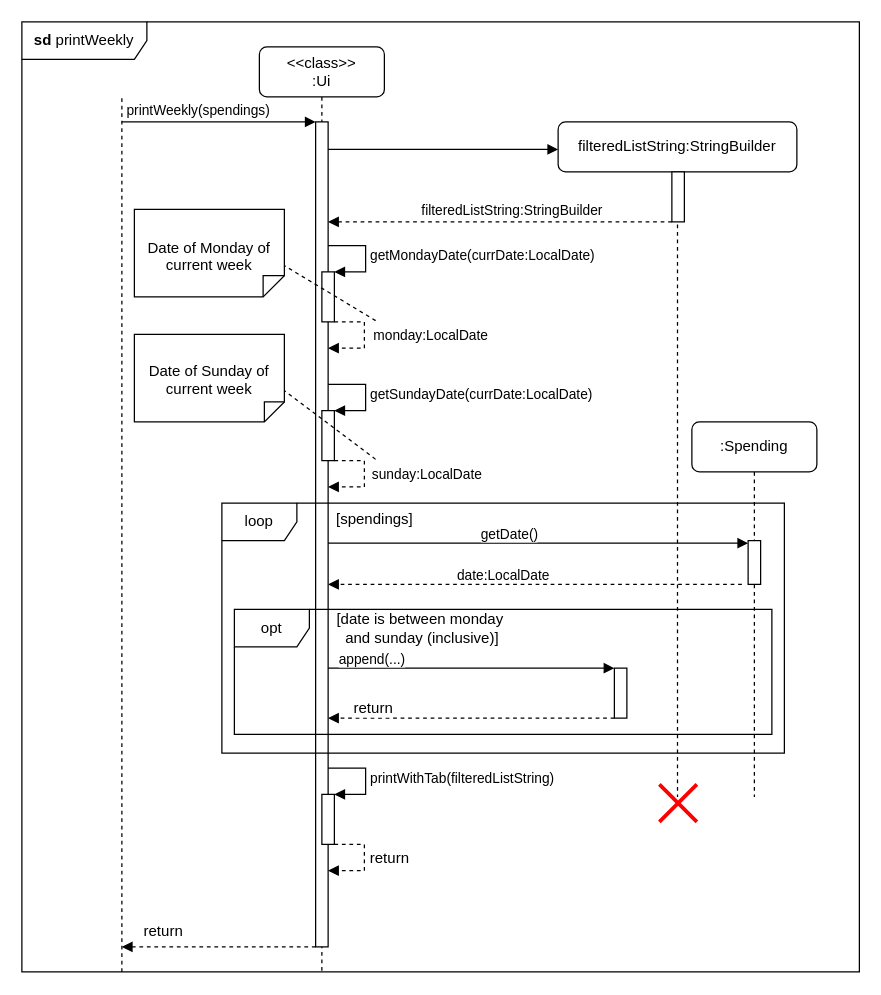
Above: docs/Diagrams/Commands/printWeekly.drawio in wongwh2002/CS2113TeamProject (draw.io), before the change. Source tidied: cells renumbered, new cells numbered last; positions are measured from the earlier drawing's top-left corner, leaving out a move shared by most shapes. Both pictures are drawn from the tidied source at 125%, with x=0, y=0 at pixel (21, 21).
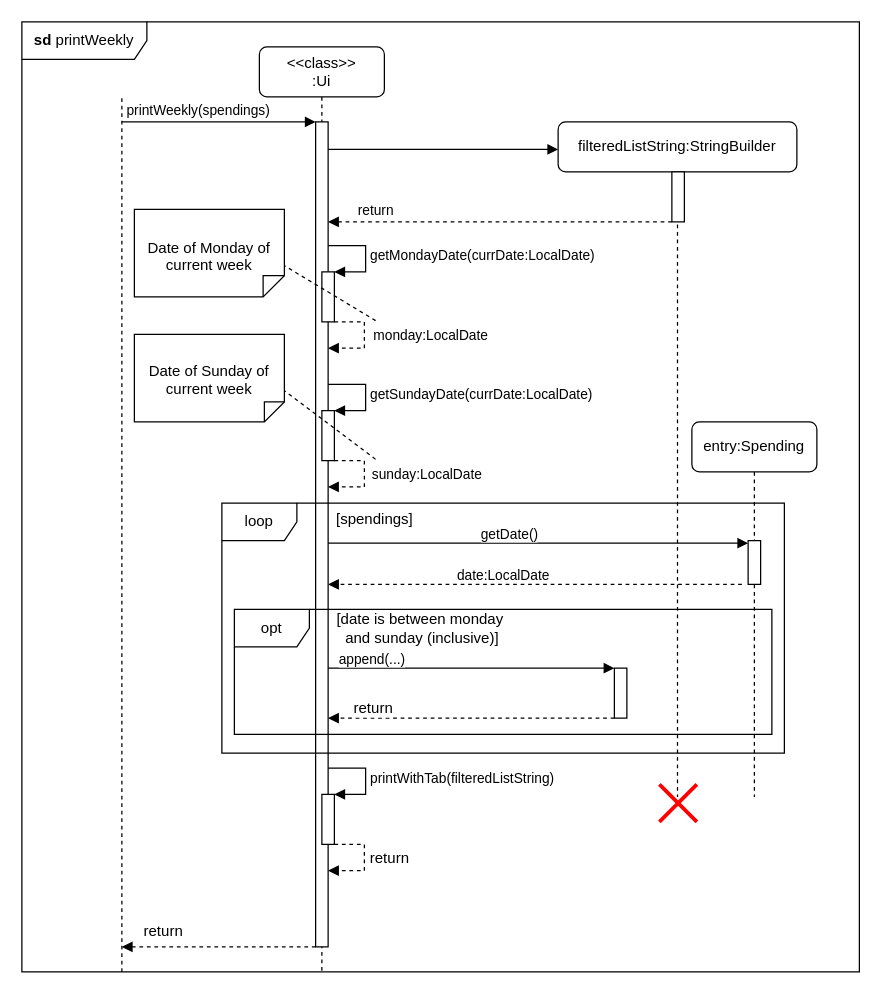
The same diagram, later.

Commit message (it also covers changes not shown here):
Add variable name to spending, remove return type from constructors

Unchanged cells that the change refers to:
```xml
<mxCell id="18" style="html=1;verticalAlign=bottom;labelBackgroundColor=none;endArrow=block;endFill=1;dashed=1;rounded=0;" parent="1" edge="1" source="16">
  <mxGeometry relative="1" as="geometry">
    <mxPoint x="245" y="160" as="targetPoint" />
  </mxGeometry>
</mxCell>
```

Change to the diagram source:
```diff
@@
-    <mxCell id="19" value="filteredListString:StringBuilder" style="edgeLabel;html=1;align=center;verticalAlign=middle;" parent="18" vertex="1">
+    <mxCell id="19" value="return" style="edgeLabel;html=1;align=center;verticalAlign=middle;" parent="18" vertex="1">
       <mxGeometry x="-0.17" y="-2" relative="1" as="geometry">
-        <mxPoint x="-15" y="-8" as="offset" />
+        <mxPoint x="-124" y="-8" as="offset" />
       </mxGeometry>
     </mxCell>
@@
-    <mxCell id="30" value=":Spending" style="shape=umlLifeline;perimeter=lifelinePerimeter;whiteSpace=wrap;html=1;newEdgeStyle={&quot;curved&quot;:0,&quot;rounded&quot;:0};rounded=1;" parent="1" vertex="1">
+    <mxCell id="30" value="entry:Spending" style="shape=umlLifeline;perimeter=lifelinePerimeter;whiteSpace=wrap;html=1;newEdgeStyle={&quot;curved&quot;:0,&quot;rounded&quot;:0};rounded=1;" parent="1" vertex="1">
       <mxGeometry x="536" y="320" width="100" height="300" as="geometry" />
     </mxCell>
```
